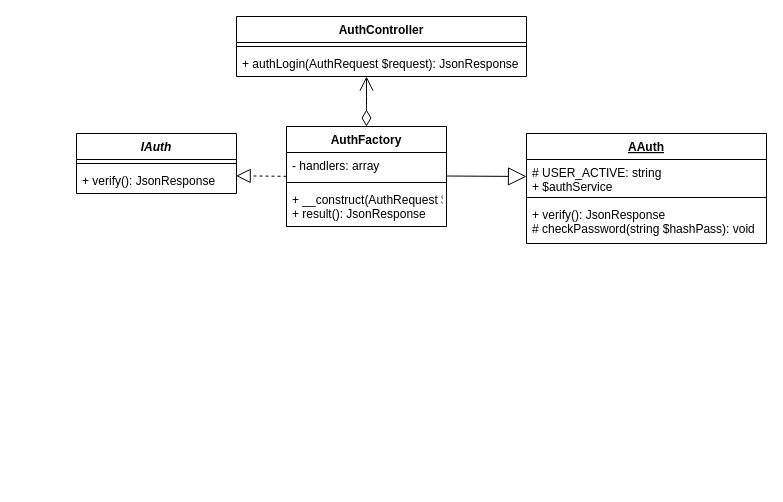
Before: Диаграмма без названия.drawio in Sergey-Web/draw, a draw.io diagram. Source tidied: cells renumbered, new cells numbered last; positions are measured from the earlier drawing's top-left corner, leaving out a move shared by most shapes. Both pictures are drawn from the tidied source at 100%, with x=0, y=0 at pixel (76, 16).
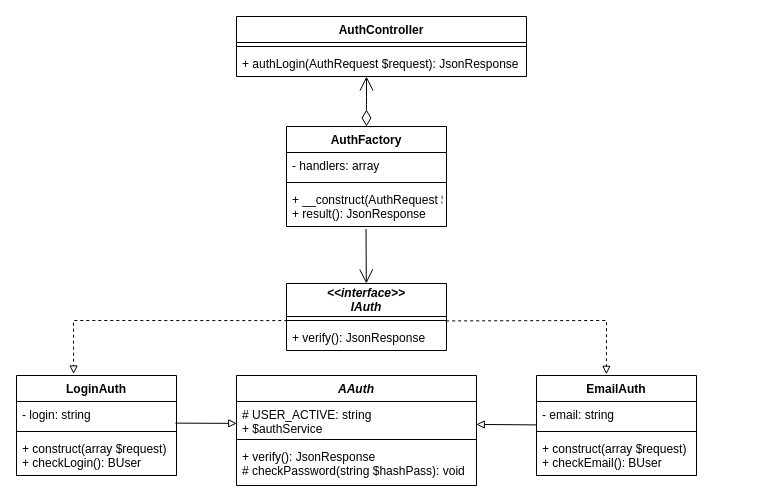
Above is the later version.

Unchanged cells that the change refers to:
```xml
<mxCell id="7" value="- handlers: array" style="text;strokeColor=none;fillColor=none;align=left;verticalAlign=top;spacingLeft=4;spacingRight=4;overflow=hidden;points=[[0,0.5],[1,0.5]];portConstraint=eastwest;" parent="6" vertex="1">
  <mxGeometry y="26" width="160" height="26" as="geometry" />
</mxCell>
<mxCell id="9" value="+ __construct(AuthRequest $request)&#10;+ result(): JsonResponse" style="text;strokeColor=none;fillColor=none;align=left;verticalAlign=top;spacingLeft=4;spacingRight=4;overflow=hidden;points=[[0,0.5],[1,0.5]];portConstraint=eastwest;" parent="6" vertex="1">
  <mxGeometry y="60" width="160" height="40" as="geometry" />
</mxCell>
<mxCell id="16" value="# USER_ACTIVE: string&#10;+ $authService" style="text;strokeColor=none;fillColor=none;align=left;verticalAlign=top;spacingLeft=4;spacingRight=4;overflow=hidden;points=[[0,0.5],[1,0.5]];portConstraint=eastwest;" parent="15" vertex="1">
  <mxGeometry y="26" width="240" height="34" as="geometry" />
</mxCell>
```

Change to the diagram source:
```diff
@@
-    <mxCell id="10" style="endArrow=block;dashed=1;endFill=0;endSize=12;html=1;exitX=0;exitY=0.916;exitDx=0;exitDy=0;exitPerimeter=0;entryX=0.998;entryY=0.32;entryDx=0;entryDy=0;entryPerimeter=0;" parent="1" edge="1" source="7" target="13">
-      <mxGeometry relative="1" as="geometry" />
-    </mxCell>
-    <mxCell id="11" value="IAuth" style="swimlane;fontStyle=3;align=center;verticalAlign=top;horizontal=1;startSize=26;" parent="1" vertex="1">
-      <mxGeometry y="117" width="160" height="60" as="geometry" />
+    <mxCell id="11" value="&lt;&lt;interface&gt;&gt;&#10;IAuth" style="swimlane;fontStyle=3;align=center;verticalAlign=bottom;horizontal=1;startSize=33;" parent="1" vertex="1">
+      <mxGeometry x="210" y="267" width="160" height="67" as="geometry" />
     </mxCell>
     <mxCell id="12" style="line;strokeWidth=1;fillColor=none;align=left;verticalAlign=middle;spacingTop=-1;spacingLeft=3;spacingRight=3;labelPosition=right;points=[];portConstraint=eastwest;" parent="11" vertex="1">
-      <mxGeometry y="26" width="160" height="8" as="geometry" />
+      <mxGeometry y="33" width="160" height="8" as="geometry" />
     </mxCell>
     <mxCell id="13" value="+ verify(): JsonResponse" style="text;strokeColor=none;fillColor=none;align=left;verticalAlign=top;spacingLeft=4;spacingRight=4;overflow=hidden;points=[[0,0.5],[1,0.5]];portConstraint=eastwest;" parent="11" vertex="1">
-      <mxGeometry y="34" width="160" height="26" as="geometry" />
+      <mxGeometry y="41" width="160" height="26" as="geometry" />
     </mxCell>
-    <mxCell id="14" style="endArrow=block;endSize=16;endFill=0;html=1;entryX=0;entryY=0.5;entryDx=0;entryDy=0;" parent="1" edge="1" target="16">
-      <mxGeometry relative="1" as="geometry">
-        <mxPoint x="370" y="159.5" as="sourcePoint" />
-      </mxGeometry>
-    </mxCell>
-    <mxCell id="15" value="AAuth" style="swimlane;fontStyle=5;align=center;verticalAlign=top;horizontal=1;startSize=26;" parent="1" vertex="1">
-      <mxGeometry x="450" y="117" width="240" height="110" as="geometry" />
+    <mxCell id="15" value="AAuth" style="swimlane;fontStyle=3;align=center;verticalAlign=top;horizontal=1;startSize=26;" parent="1" vertex="1">
+      <mxGeometry x="160" y="359" width="240" height="110" as="geometry" />
     </mxCell>
@@
+    <mxCell id="19" style="endArrow=open;endFill=1;endSize=12;html=1;exitX=0.497;exitY=1.061;exitDx=0;exitDy=0;exitPerimeter=0;" parent="1" edge="1" source="9" target="11">
+      <mxGeometry relative="1" as="geometry" />
+    </mxCell>
+    <mxCell id="20" value="LoginAuth" style="swimlane;fontStyle=1;align=center;verticalAlign=top;horizontal=1;startSize=26;" parent="1" vertex="1">
+      <mxGeometry x="-60" y="359" width="160" height="100" as="geometry" />
+    </mxCell>
+    <mxCell id="21" value="- login: string" style="text;strokeColor=none;fillColor=none;align=left;verticalAlign=top;spacingLeft=4;spacingRight=4;overflow=hidden;points=[[0,0.5],[1,0.5]];portConstraint=eastwest;" parent="20" vertex="1">
+      <mxGeometry y="26" width="160" height="26" as="geometry" />
+    </mxCell>
+    <mxCell id="22" style="line;strokeWidth=1;fillColor=none;align=left;verticalAlign=middle;spacingTop=-1;spacingLeft=3;spacingRight=3;labelPosition=right;" parent="20" vertex="1">
+      <mxGeometry y="52" width="160" height="8" as="geometry" />
+    </mxCell>
+    <mxCell id="23" value="+ construct(array $request)&#10;+ checkLogin(): BUser" style="text;strokeColor=none;fillColor=none;align=left;verticalAlign=top;spacingLeft=4;spacingRight=4;overflow=hidden;" parent="20" vertex="1">
+      <mxGeometry y="60" width="160" height="40" as="geometry" />
+    </mxCell>
+    <mxCell id="24" style="edgeStyle=none;rounded=0;jettySize=auto;html=1;entryX=0.357;entryY=-0.015;entryDx=0;entryDy=0;entryPerimeter=0;endArrow=block;endFill=0;exitX=0.005;exitY=-0.15;exitDx=0;exitDy=0;exitPerimeter=0;dashed=1;" parent="1" edge="1" source="13" target="20">
+      <mxGeometry relative="1" as="geometry">
+        <Array as="points">
+          <mxPoint x="-3" y="304" />
+        </Array>
+      </mxGeometry>
+    </mxCell>
+    <mxCell id="25" style="edgeStyle=none;rounded=0;jettySize=auto;html=1;endArrow=block;endFill=0;entryX=0.999;entryY=0.675;entryDx=0;entryDy=0;entryPerimeter=0;" parent="1" edge="1" source="26" target="16">
+      <mxGeometry relative="1" as="geometry" />
+    </mxCell>
+    <mxCell id="26" value="EmailAuth" style="swimlane;fontStyle=1;align=center;verticalAlign=top;horizontal=1;startSize=26;" parent="1" vertex="1">
+      <mxGeometry x="460" y="359" width="160" height="100" as="geometry" />
+    </mxCell>
+    <mxCell id="27" value="- email: string" style="text;strokeColor=none;fillColor=none;align=left;verticalAlign=top;spacingLeft=4;spacingRight=4;overflow=hidden;" parent="26" vertex="1">
+      <mxGeometry y="26" width="160" height="26" as="geometry" />
+    </mxCell>
+    <mxCell id="28" style="line;strokeWidth=1;fillColor=none;align=left;verticalAlign=middle;spacingTop=-1;spacingLeft=3;spacingRight=3;labelPosition=right;" parent="26" vertex="1">
+      <mxGeometry y="52" width="160" height="8" as="geometry" />
+    </mxCell>
+    <mxCell id="29" value="+ construct(array $request)&#10;+ checkEmail(): BUser" style="text;strokeColor=none;fillColor=none;align=left;verticalAlign=top;spacingLeft=4;spacingRight=4;overflow=hidden;" parent="26" vertex="1">
+      <mxGeometry y="60" width="160" height="40" as="geometry" />
+    </mxCell>
+    <mxCell id="30" style="edgeStyle=none;rounded=0;jettySize=auto;html=1;dashed=1;endArrow=block;endFill=0;entryX=0.437;entryY=-0.012;entryDx=0;entryDy=0;entryPerimeter=0;exitX=0.998;exitY=0.55;exitDx=0;exitDy=0;exitPerimeter=0;" parent="1" edge="1" source="12" target="26">
+      <mxGeometry relative="1" as="geometry">
+        <Array as="points">
+          <mxPoint x="530" y="304" />
+        </Array>
+      </mxGeometry>
+    </mxCell>
+    <mxCell id="31" style="edgeStyle=none;rounded=0;jettySize=auto;html=1;endArrow=block;endFill=0;exitX=0.993;exitY=0.832;exitDx=0;exitDy=0;exitPerimeter=0;entryX=0.001;entryY=0.643;entryDx=0;entryDy=0;entryPerimeter=0;" parent="1" edge="1" source="21" target="16">
+      <mxGeometry relative="1" as="geometry" />
+    </mxCell>
```
